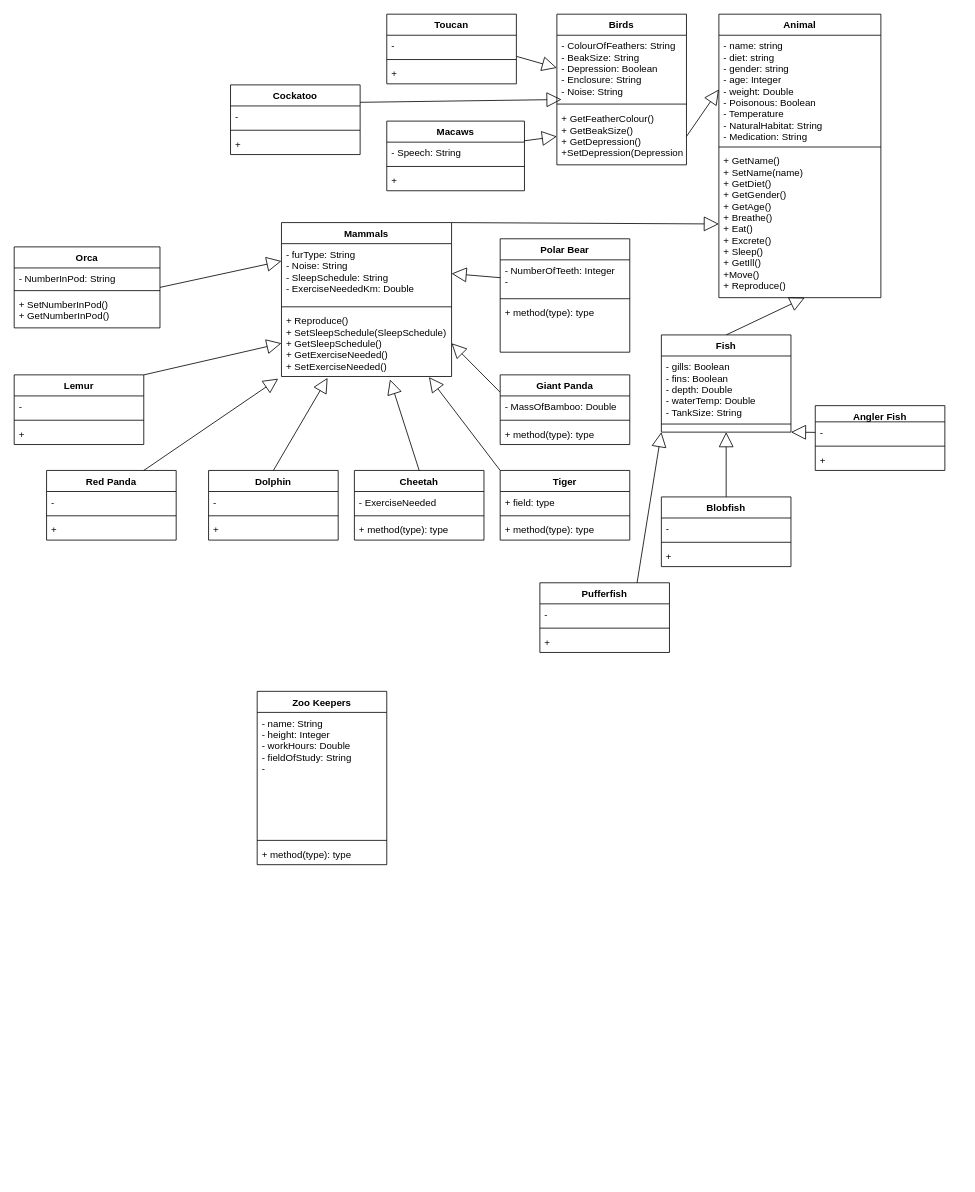
The draw.io diagram Copy of ZooClassDiagram.drawio in NovaStorm64/zoo, before the edit. Source tidied: cells renumbered, new cells numbered last; positions are measured from the earlier drawing's top-left corner, leaving out a move shared by most shapes. Both pictures are drawn from the tidied source at 81%, with x=0, y=0 at pixel (14, 14).
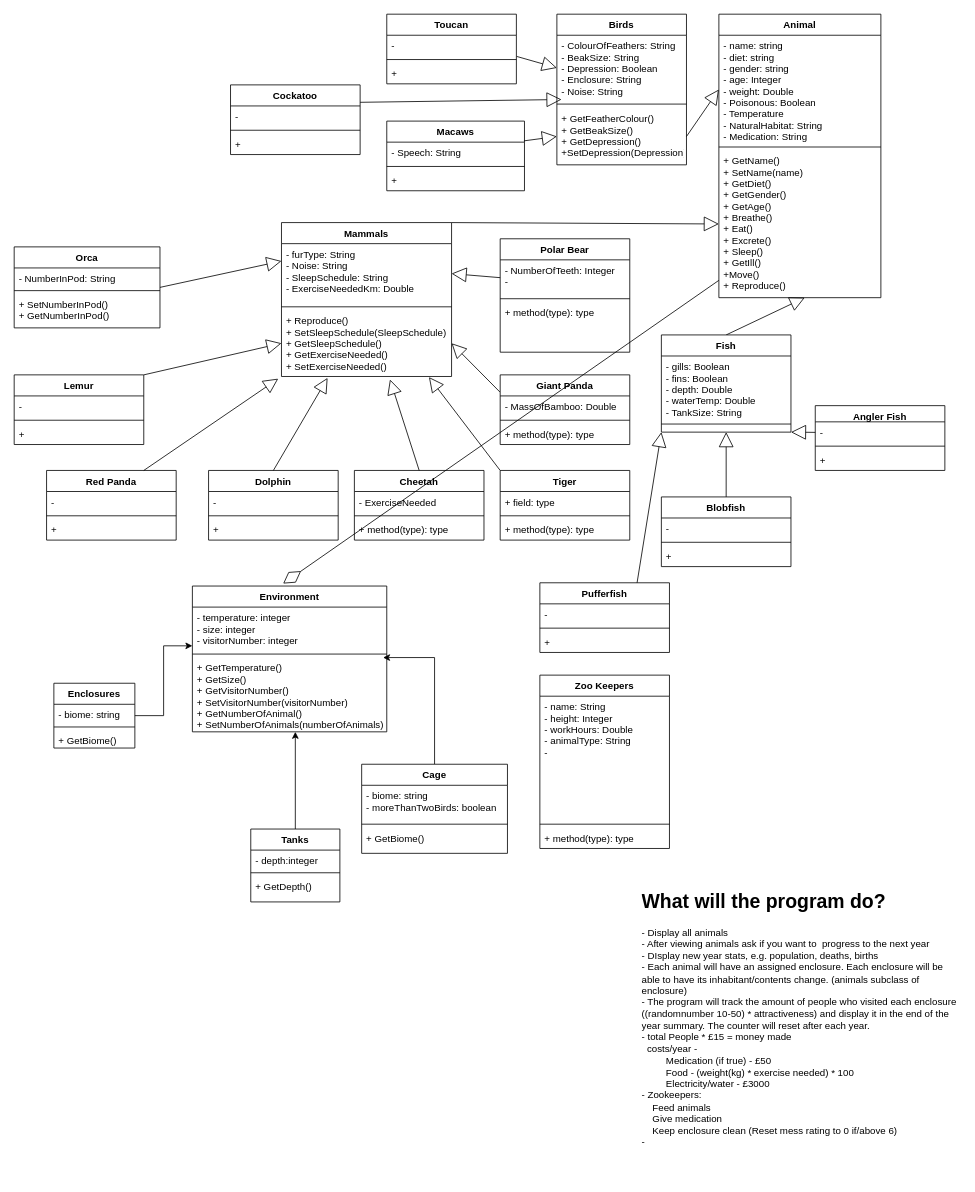
After the change.

Unchanged cells that the change refers to:
```xml
<mxCell id="5" value="+ GetName()&#10;+ SetName(name)&#10;+ GetDiet()&#10;+ GetGender()&#10;+ GetAge()&#10;+ Breathe()&#10;+ Eat()&#10;+ Excrete()&#10;+ Sleep()&#10;+ GetIll()&#10;+Move()&#10;+ Reproduce()&#10;" style="text;strokeColor=none;fillColor=none;align=left;verticalAlign=top;spacingLeft=4;spacingRight=4;overflow=hidden;points=[[0,0.5],[1,0.5]];portConstraint=eastwest;" parent="2" vertex="1">
  <mxGeometry y="168" width="200" height="182" as="geometry" />
</mxCell>
```

The edit, as a diff of the source:
```diff
@@
     <mxCell id="90" value="Zoo Keepers" style="swimlane;fontStyle=1;align=center;verticalAlign=top;horizontal=1;startSize=26;" parent="1" vertex="1">
-      <mxGeometry x="300" y="836" width="160" height="214" as="geometry" />
+      <mxGeometry x="649" y="816" width="160" height="214" as="geometry" />
     </mxCell>
-    <mxCell id="91" value="- name: String&#10;- height: Integer&#10;- workHours: Double&#10;- fieldOfStudy: String&#10;- &#10;" style="text;strokeColor=none;fillColor=none;align=left;verticalAlign=top;spacingLeft=4;spacingRight=4;overflow=hidden;" parent="90" vertex="1">
+    <mxCell id="91" value="- name: String&#10;- height: Integer&#10;- workHours: Double&#10;- animalType: String&#10;- &#10;" style="text;strokeColor=none;fillColor=none;align=left;verticalAlign=top;spacingLeft=4;spacingRight=4;overflow=hidden;" parent="90" vertex="1">
       <mxGeometry y="26" width="160" height="154" as="geometry" />
     </mxCell>
@@
+    <mxCell id="94" value="&lt;h1&gt;&lt;span&gt;What will the program do?&lt;/span&gt;&lt;br&gt;&lt;/h1&gt;&lt;div&gt;&lt;span&gt;- Display all animals&lt;/span&gt;&lt;/div&gt;&lt;div&gt;&lt;span&gt;- After viewing animals ask if you want to&amp;nbsp; progress to the next year&lt;/span&gt;&lt;/div&gt;&lt;div&gt;&lt;span&gt;- DIsplay new year stats, e.g. population, deaths, births&lt;/span&gt;&lt;/div&gt;&lt;div&gt;&lt;span&gt;- Each animal will have an assigned enclosure. Each enclosure will be able to have its inhabitant/contents change. (animals subclass of enclosure)&lt;/span&gt;&lt;/div&gt;&lt;div&gt;- The program will track the amount of people who visited each enclosure ((randomnumber 10-50) * attractiveness) and display it in the end of the year summary. The counter will reset after each year.&lt;/div&gt;&lt;div&gt;- total People * £15 = money made&lt;/div&gt;&lt;div&gt;&amp;nbsp; costs/year -&amp;nbsp;&lt;/div&gt;&lt;div&gt;&amp;nbsp; &amp;nbsp; &amp;nbsp; &amp;nbsp; &amp;nbsp;Medication (if true) - £50&lt;/div&gt;&lt;div&gt;&amp;nbsp; &amp;nbsp; &amp;nbsp; &amp;nbsp; &amp;nbsp;Food - (weight(kg) * exercise needed) * 100&lt;/div&gt;&lt;div&gt;&amp;nbsp; &amp;nbsp; &amp;nbsp; &amp;nbsp; &amp;nbsp;Electricity/water - £3000&lt;/div&gt;&lt;div&gt;- Zookeepers:&lt;/div&gt;&lt;div&gt;&amp;nbsp; &amp;nbsp; Feed animals&lt;/div&gt;&lt;div&gt;&lt;span&gt;&amp;nbsp; &amp;nbsp; Give medication&lt;/span&gt;&lt;br&gt;&lt;/div&gt;&lt;div&gt;&amp;nbsp; &amp;nbsp; Keep enclosure clean (Reset mess rating to 0 if/above 6)&lt;/div&gt;&lt;div&gt;-&amp;nbsp;&lt;/div&gt;" style="text;html=1;strokeColor=none;fillColor=none;spacing=5;spacingTop=-20;whiteSpace=wrap;overflow=hidden;rounded=0;" parent="1" vertex="1">
+      <mxGeometry x="770" y="1076" width="399" height="360" as="geometry" />
+    </mxCell>
+    <mxCell id="95" style="edgeStyle=orthogonalEdgeStyle;rounded=0;jettySize=auto;html=1;entryX=0;entryY=-0.154;entryDx=0;entryDy=0;entryPerimeter=0;" parent="1" edge="1" source="96" target="114">
+      <mxGeometry relative="1" as="geometry" />
+    </mxCell>
+    <mxCell id="96" value="Enclosures" style="swimlane;fontStyle=1;align=center;verticalAlign=top;horizontal=1;startSize=26;" parent="1" vertex="1">
+      <mxGeometry x="49" y="826" width="100" height="80" as="geometry" />
+    </mxCell>
+    <mxCell id="97" value="- biome: string" style="text;strokeColor=none;fillColor=none;align=left;verticalAlign=top;spacingLeft=4;spacingRight=4;overflow=hidden;" parent="96" vertex="1">
+      <mxGeometry y="26" width="100" height="24" as="geometry" />
+    </mxCell>
+    <mxCell id="98" style="line;strokeWidth=1;fillColor=none;align=left;verticalAlign=middle;spacingTop=-1;spacingLeft=3;spacingRight=3;labelPosition=right;" parent="96" vertex="1">
+      <mxGeometry y="50" width="100" height="8" as="geometry" />
+    </mxCell>
+    <mxCell id="99" value="+ GetBiome()" style="text;strokeColor=none;fillColor=none;align=left;verticalAlign=top;spacingLeft=4;spacingRight=4;overflow=hidden;" parent="96" vertex="1">
+      <mxGeometry y="58" width="100" height="22" as="geometry" />
+    </mxCell>
+    <mxCell id="100" style="edgeStyle=orthogonalEdgeStyle;rounded=0;jettySize=auto;html=1;" parent="1" edge="1" source="101" target="114">
+      <mxGeometry relative="1" as="geometry">
+        <Array as="points">
+          <mxPoint x="347" y="886" />
+          <mxPoint x="347" y="886" />
+        </Array>
+      </mxGeometry>
+    </mxCell>
+    <mxCell id="101" value="Tanks" style="swimlane;fontStyle=1;align=center;verticalAlign=top;horizontal=1;startSize=26;" parent="1" vertex="1">
+      <mxGeometry x="292.1" y="1006" width="110" height="90" as="geometry" />
+    </mxCell>
+    <mxCell id="102" value="- depth:integer" style="text;strokeColor=none;fillColor=none;align=left;verticalAlign=top;spacingLeft=4;spacingRight=4;overflow=hidden;" parent="101" vertex="1">
+      <mxGeometry y="26" width="110" height="24" as="geometry" />
+    </mxCell>
+    <mxCell id="103" style="line;strokeWidth=1;fillColor=none;align=left;verticalAlign=middle;spacingTop=-1;spacingLeft=3;spacingRight=3;labelPosition=right;" parent="101" vertex="1">
+      <mxGeometry y="50" width="110" height="8" as="geometry" />
+    </mxCell>
+    <mxCell id="104" value="+ GetDepth()&#10;" style="text;strokeColor=none;fillColor=none;align=left;verticalAlign=top;spacingLeft=4;spacingRight=4;overflow=hidden;" parent="101" vertex="1">
+      <mxGeometry y="58" width="110" height="32" as="geometry" />
+    </mxCell>
+    <mxCell id="105" style="edgeStyle=orthogonalEdgeStyle;rounded=0;jettySize=auto;html=1;entryX=0.981;entryY=1.154;entryDx=0;entryDy=0;entryPerimeter=0;" parent="1" edge="1" source="106" target="112">
+      <mxGeometry relative="1" as="geometry" />
+    </mxCell>
+    <mxCell id="106" value="Cage" style="swimlane;fontStyle=1;align=center;verticalAlign=top;horizontal=1;startSize=26;" parent="1" vertex="1">
+      <mxGeometry x="429" y="926" width="180" height="110" as="geometry" />
+    </mxCell>
+    <mxCell id="107" value="- biome: string&#10;- moreThanTwoBirds: boolean&#10;" style="text;strokeColor=none;fillColor=none;align=left;verticalAlign=top;spacingLeft=4;spacingRight=4;overflow=hidden;" parent="106" vertex="1">
+      <mxGeometry y="26" width="180" height="44" as="geometry" />
+    </mxCell>
+    <mxCell id="108" style="line;strokeWidth=1;fillColor=none;align=left;verticalAlign=middle;spacingTop=-1;spacingLeft=3;spacingRight=3;labelPosition=right;" parent="106" vertex="1">
+      <mxGeometry y="70" width="180" height="8" as="geometry" />
+    </mxCell>
+    <mxCell id="109" value="+ GetBiome()&#10;&#10;" style="text;strokeColor=none;fillColor=none;align=left;verticalAlign=top;spacingLeft=4;spacingRight=4;overflow=hidden;" parent="106" vertex="1">
+      <mxGeometry y="78" width="180" height="32" as="geometry" />
+    </mxCell>
+    <mxCell id="110" style="endArrow=diamondThin;endFill=0;endSize=24;html=1;entryX=0.467;entryY=-0.017;entryDx=0;entryDy=0;entryPerimeter=0;" parent="1" edge="1" source="5" target="111">
+      <mxGeometry relative="1" as="geometry" />
+    </mxCell>
+    <mxCell id="111" value="Environment" style="swimlane;fontStyle=1;align=center;verticalAlign=top;horizontal=1;startSize=26;" parent="1" vertex="1">
+      <mxGeometry x="220" y="706" width="240" height="180" as="geometry" />
+    </mxCell>
+    <mxCell id="112" value="- temperature: integer&#10;- size: integer&#10;- visitorNumber: integer" style="text;strokeColor=none;fillColor=none;align=left;verticalAlign=top;spacingLeft=4;spacingRight=4;overflow=hidden;points=[[0,0.5],[1,0.5]];portConstraint=eastwest;" parent="111" vertex="1">
+      <mxGeometry y="26" width="240" height="54" as="geometry" />
+    </mxCell>
+    <mxCell id="113" style="line;strokeWidth=1;fillColor=none;align=left;verticalAlign=middle;spacingTop=-1;spacingLeft=3;spacingRight=3;labelPosition=right;" parent="111" vertex="1">
+      <mxGeometry y="80" width="240" height="8" as="geometry" />
+    </mxCell>
+    <mxCell id="114" value="+ GetTemperature()&#10;+ GetSize()&#10;+ GetVisitorNumber()&#10;+ SetVisitorNumber(visitorNumber)&#10;+ GetNumberOfAnimal()&#10;+ SetNumberOfAnimals(numberOfAnimals)&#10;" style="text;strokeColor=none;fillColor=none;align=left;verticalAlign=top;spacingLeft=4;spacingRight=4;overflow=hidden;points=[[0,0.5],[1,0.5]];portConstraint=eastwest;" parent="111" vertex="1">
+      <mxGeometry y="88" width="240" height="92" as="geometry" />
+    </mxCell>
```
